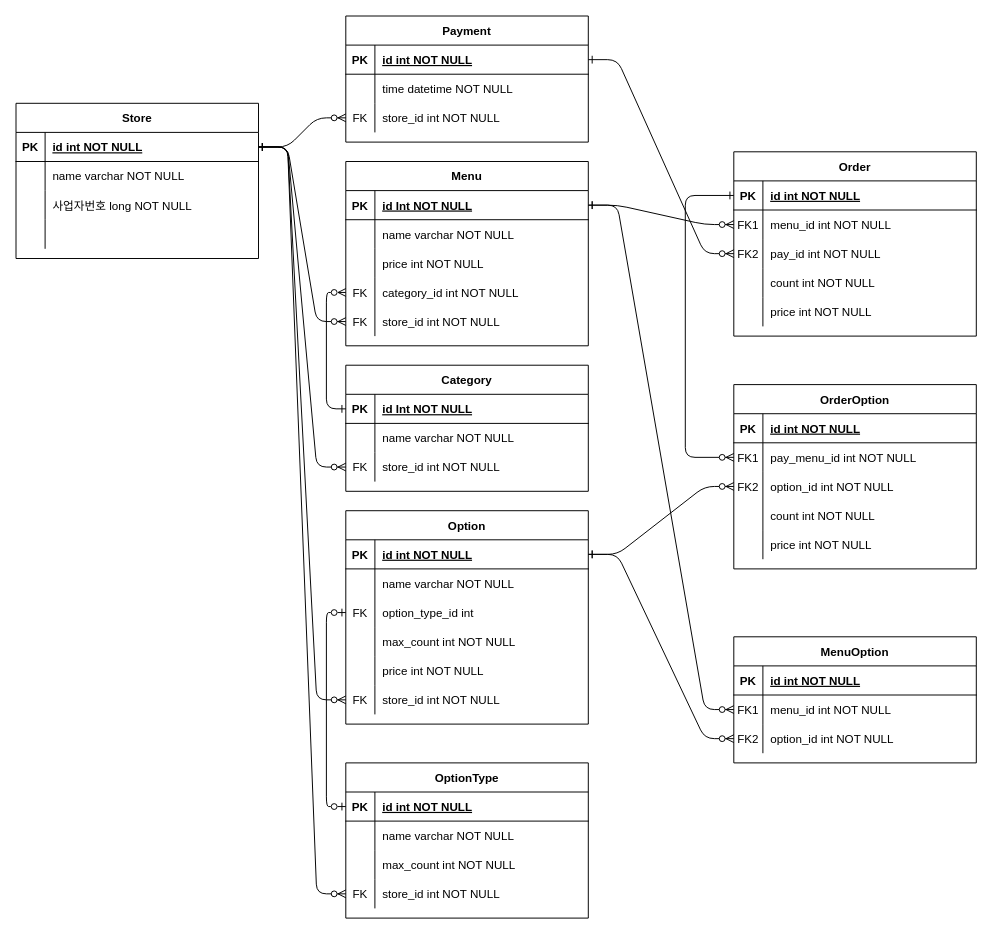
Before: 1차 DB ERD.drawio in AII-the-time/design-document, a draw.io diagram. Source tidied: cells renumbered, new cells numbered last; positions are measured from the earlier drawing's top-left corner, leaving out a move shared by most shapes. Both pictures are drawn from the tidied source at 97%, with x=0, y=0 at pixel (16, 16).
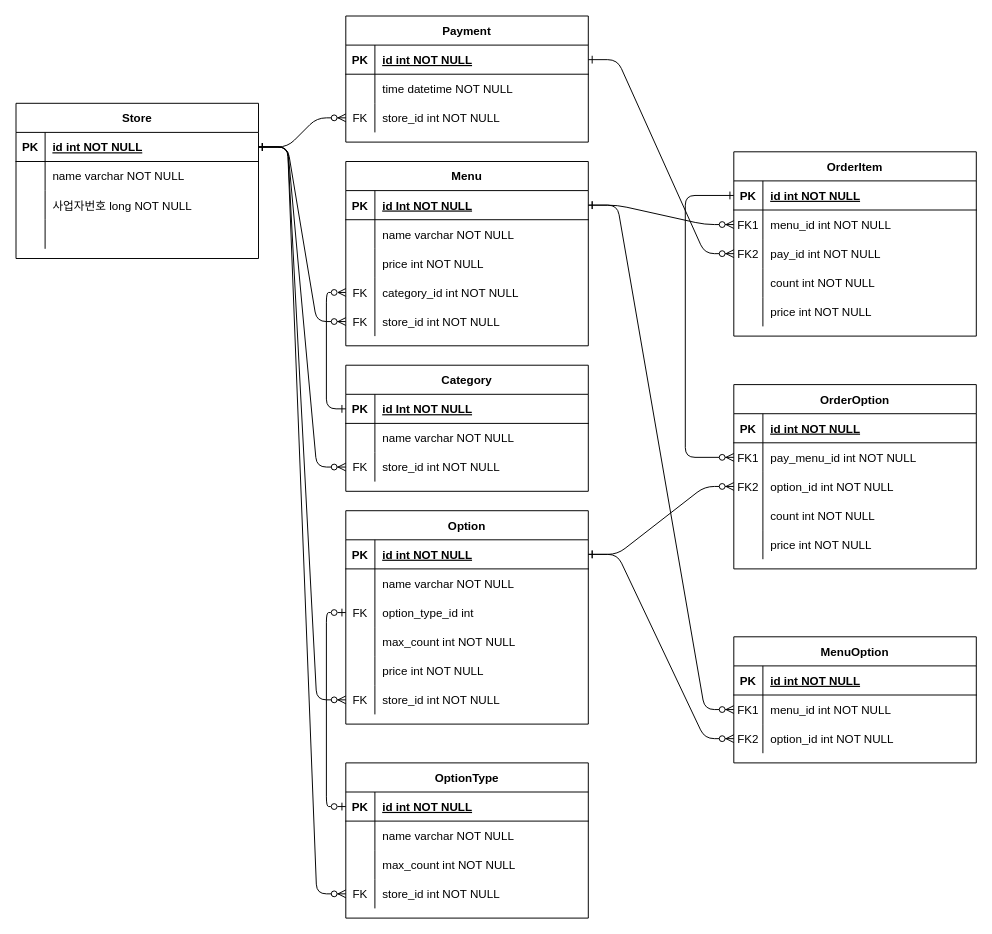
The same diagram, later.

Commit message:
1차 DB ERD.drawio 업데이트

Diff of the diagram source:
```diff
@@
-    <mxCell id="3" value="Order" style="shape=table;startSize=30;childLayout=tableLayout;rowLines=0;fontStyle=1;align=center;" parent="1" vertex="1">
+    <mxCell id="3" value="OrderItem" style="shape=table;startSize=30;childLayout=tableLayout;rowLines=0;fontStyle=1;align=center;" parent="1" vertex="1">
       <mxGeometry x="740" y="140" width="250" height="190" as="geometry" />
     </mxCell>
```
